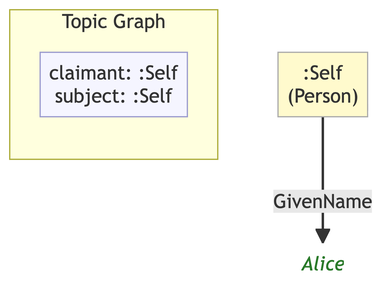
MeeFoundation/mia-ontologies keeps this Mermaid diagram as example/graphs/images/graph-35.png. Above is the earlier version. Its source is kept beside it as example/graphs/images/graph-35.mmd.
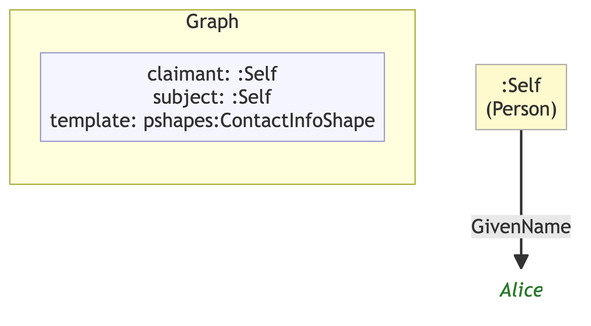
After the commit.

Change to the diagram source:
```diff
@@ -4,12 +4,12 @@
     classDef lit    fill:none,stroke:none,font-style:italic,color:#2a7a2a
     classDef meta   fill:#f5f5ff,stroke:#9999cc,color:#333
 
-    subgraph ctx["Topic Graph"]
+    subgraph ctx["Graph"]
         direction LR
-        ctx_meta["claimant: :Self\nsubject: :Self"]:::meta
+        ctx_meta["claimant: :Self\nsubject: :Self\ntemplate: pshapes:ContactInfoShape"]:::meta
     end
 
     ne0c3ba92f1db[":Self\n(Person)"]:::person
-    n89f1bb76f779("Alice"):::lit
+    n408d43187bed("Alice"):::lit
 
-    ne0c3ba92f1db -->|"GivenName"| n89f1bb76f779
+    ne0c3ba92f1db -->|"GivenName"| n408d43187bed
```
